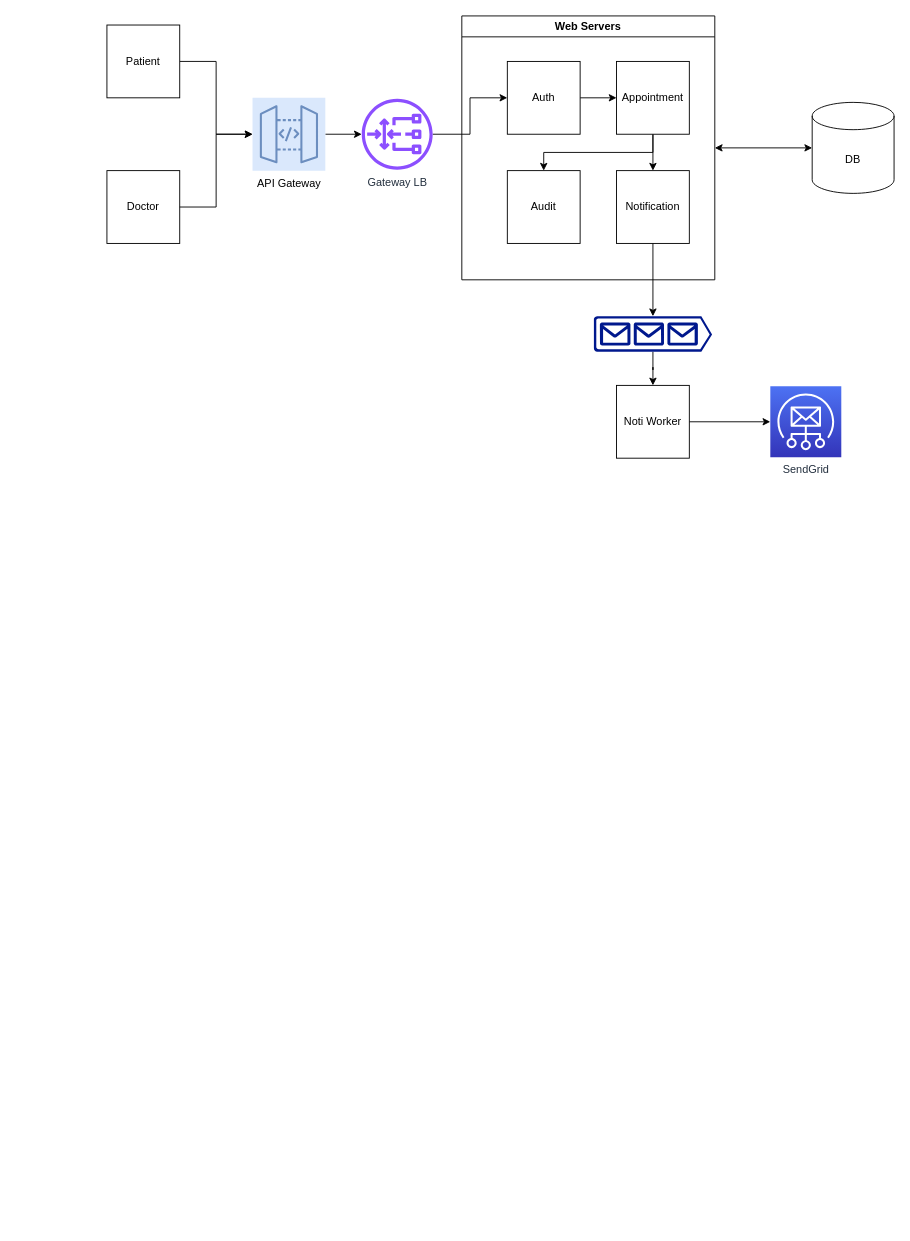
This is projects/clinic_appointment_system/Untitled Diagram.drawio from Nhinlee/system-design-practice, a draw.io file, before an edit. Source tidied: cells renumbered, new cells numbered last; positions are measured from the earlier drawing's top-left corner, leaving out a move shared by most shapes. Both pictures are drawn from the tidied source at 91%, with x=0, y=0 at pixel (106, 15).
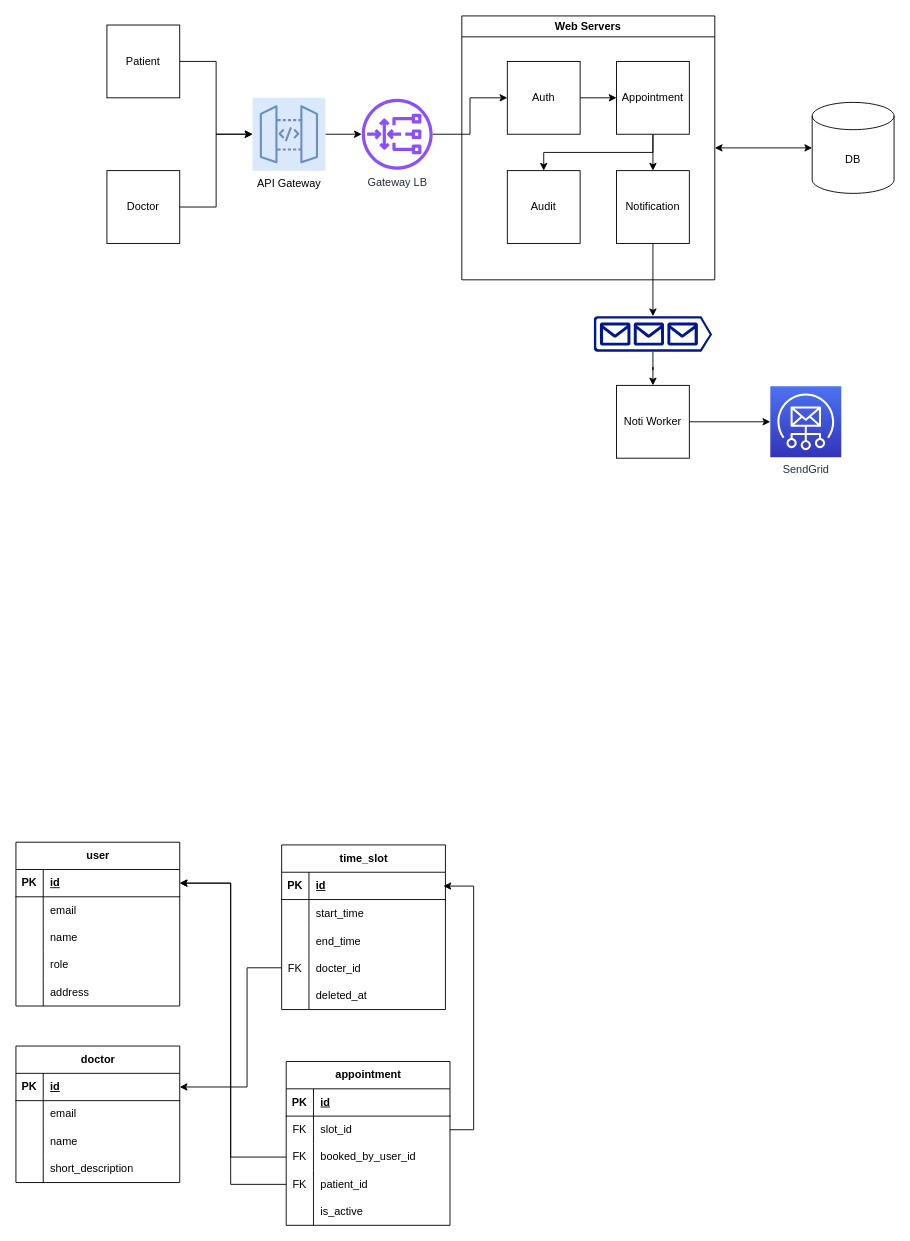
The same page after the edit.

The edit, as a diff of the source:
```diff
@@
+    <mxCell id="26" value="user" style="shape=table;startSize=30;childLayout=tableLayout;rowLines=0;fontStyle=1;align=center;html=1;" parent="1" vertex="1">
+      <mxGeometry x="-100" y="908" width="180" height="180" as="geometry" />
+    </mxCell>
+    <mxCell id="27" style="shape=tableRow;horizontal=0;startSize=0;swimlaneHead=0;swimlaneBody=0;fillColor=none;points=[[0,0.5],[1,0.5]];portConstraint=eastwest;top=0;left=0;right=0;bottom=1;" parent="26" vertex="1">
+      <mxGeometry y="30" width="180" height="30" as="geometry" />
+    </mxCell>
+    <mxCell id="28" value="PK" style="shape=partialRectangle;fillColor=none;top=0;left=0;bottom=0;right=0;fontStyle=1;overflow=hidden;whiteSpace=wrap;html=1;" parent="27" vertex="1">
+      <mxGeometry width="30" height="30" as="geometry" />
+    </mxCell>
+    <mxCell id="29" value="id" style="shape=partialRectangle;fillColor=none;top=0;left=0;bottom=0;right=0;align=left;spacingLeft=6;fontStyle=5;overflow=hidden;whiteSpace=wrap;html=1;" parent="27" vertex="1">
+      <mxGeometry x="30" width="150" height="30" as="geometry" />
+    </mxCell>
+    <mxCell id="30" style="shape=tableRow;horizontal=0;startSize=0;swimlaneHead=0;swimlaneBody=0;fillColor=none;top=0;left=0;right=0;bottom=0;" parent="26" vertex="1">
+      <mxGeometry y="60" width="180" height="30" as="geometry" />
+    </mxCell>
+    <mxCell id="31" style="shape=partialRectangle;fillColor=none;top=0;left=0;bottom=0;right=0;overflow=hidden;whiteSpace=wrap;html=1;" parent="30" vertex="1">
+      <mxGeometry width="30" height="30" as="geometry" />
+    </mxCell>
+    <mxCell id="32" value="email" style="shape=partialRectangle;fillColor=none;top=0;left=0;bottom=0;right=0;align=left;spacingLeft=6;overflow=hidden;whiteSpace=wrap;html=1;" parent="30" vertex="1">
+      <mxGeometry x="30" width="150" height="30" as="geometry" />
+    </mxCell>
+    <mxCell id="33" style="shape=tableRow;horizontal=0;startSize=0;swimlaneHead=0;swimlaneBody=0;fillColor=none;top=0;left=0;right=0;bottom=0;" parent="26" vertex="1">
+      <mxGeometry y="90" width="180" height="30" as="geometry" />
+    </mxCell>
+    <mxCell id="34" style="shape=partialRectangle;fillColor=none;top=0;left=0;bottom=0;right=0;overflow=hidden;whiteSpace=wrap;html=1;" parent="33" vertex="1">
+      <mxGeometry width="30" height="30" as="geometry" />
+    </mxCell>
+    <mxCell id="35" value="name" style="shape=partialRectangle;fillColor=none;top=0;left=0;bottom=0;right=0;align=left;spacingLeft=6;overflow=hidden;whiteSpace=wrap;html=1;" parent="33" vertex="1">
+      <mxGeometry x="30" width="150" height="30" as="geometry" />
+    </mxCell>
+    <mxCell id="36" style="shape=tableRow;horizontal=0;startSize=0;swimlaneHead=0;swimlaneBody=0;fillColor=none;top=0;left=0;right=0;bottom=0;" parent="26" vertex="1">
+      <mxGeometry y="120" width="180" height="30" as="geometry" />
+    </mxCell>
+    <mxCell id="37" style="shape=partialRectangle;fillColor=none;top=0;left=0;bottom=0;right=0;overflow=hidden;whiteSpace=wrap;html=1;" parent="36" vertex="1">
+      <mxGeometry width="30" height="30" as="geometry" />
+    </mxCell>
+    <mxCell id="38" value="role" style="shape=partialRectangle;fillColor=none;top=0;left=0;bottom=0;right=0;align=left;spacingLeft=6;overflow=hidden;whiteSpace=wrap;html=1;" parent="36" vertex="1">
+      <mxGeometry x="30" width="150" height="30" as="geometry" />
+    </mxCell>
+    <mxCell id="39" style="shape=tableRow;horizontal=0;startSize=0;swimlaneHead=0;swimlaneBody=0;fillColor=none;top=0;left=0;right=0;bottom=0;" parent="26" vertex="1">
+      <mxGeometry y="150" width="180" height="30" as="geometry" />
+    </mxCell>
+    <mxCell id="40" style="shape=partialRectangle;fillColor=none;top=0;left=0;bottom=0;right=0;overflow=hidden;whiteSpace=wrap;html=1;" parent="39" vertex="1">
+      <mxGeometry width="30" height="30" as="geometry" />
+    </mxCell>
+    <mxCell id="41" value="address" style="shape=partialRectangle;fillColor=none;top=0;left=0;bottom=0;right=0;align=left;spacingLeft=6;overflow=hidden;whiteSpace=wrap;html=1;" parent="39" vertex="1">
+      <mxGeometry x="30" width="150" height="30" as="geometry" />
+    </mxCell>
+    <mxCell id="42" value="time_slot" style="shape=table;startSize=30;childLayout=tableLayout;rowLines=0;fontStyle=1;align=center;html=1;" parent="1" vertex="1">
+      <mxGeometry x="192" y="911" width="180" height="180.9" as="geometry" />
+    </mxCell>
+    <mxCell id="43" style="shape=tableRow;horizontal=0;startSize=0;swimlaneHead=0;swimlaneBody=0;fillColor=none;points=[[0,0.5],[1,0.5]];portConstraint=eastwest;top=0;left=0;right=0;bottom=1;" parent="42" vertex="1">
+      <mxGeometry y="30" width="180" height="30" as="geometry" />
+    </mxCell>
+    <mxCell id="44" value="PK" style="shape=partialRectangle;fillColor=none;top=0;left=0;bottom=0;right=0;fontStyle=1;overflow=hidden;whiteSpace=wrap;html=1;" parent="43" vertex="1">
+      <mxGeometry width="30" height="30" as="geometry" />
+    </mxCell>
+    <mxCell id="45" value="id" style="shape=partialRectangle;fillColor=none;top=0;left=0;bottom=0;right=0;align=left;spacingLeft=6;fontStyle=5;overflow=hidden;whiteSpace=wrap;html=1;" parent="43" vertex="1">
+      <mxGeometry x="30" width="150" height="30" as="geometry" />
+    </mxCell>
+    <mxCell id="46" style="shape=tableRow;horizontal=0;startSize=0;swimlaneHead=0;swimlaneBody=0;fillColor=none;top=0;left=0;right=0;bottom=0;" parent="42" vertex="1">
+      <mxGeometry y="60" width="180" height="31" as="geometry" />
+    </mxCell>
+    <mxCell id="47" style="shape=partialRectangle;fillColor=none;top=0;left=0;bottom=0;right=0;overflow=hidden;whiteSpace=wrap;html=1;" parent="46" vertex="1">
+      <mxGeometry width="30" height="31" as="geometry" />
+    </mxCell>
+    <mxCell id="48" value="start_time" style="shape=partialRectangle;fillColor=none;top=0;left=0;bottom=0;right=0;align=left;spacingLeft=6;overflow=hidden;whiteSpace=wrap;html=1;" parent="46" vertex="1">
+      <mxGeometry x="30" width="150" height="31" as="geometry" />
+    </mxCell>
+    <mxCell id="49" style="shape=tableRow;horizontal=0;startSize=0;swimlaneHead=0;swimlaneBody=0;fillColor=none;top=0;left=0;right=0;bottom=0;" parent="42" vertex="1">
+      <mxGeometry y="91" width="180" height="30" as="geometry" />
+    </mxCell>
+    <mxCell id="50" style="shape=partialRectangle;fillColor=none;top=0;left=0;bottom=0;right=0;overflow=hidden;whiteSpace=wrap;html=1;" parent="49" vertex="1">
+      <mxGeometry width="30" height="30" as="geometry" />
+    </mxCell>
+    <mxCell id="51" value="end_time" style="shape=partialRectangle;fillColor=none;top=0;left=0;bottom=0;right=0;align=left;spacingLeft=6;overflow=hidden;whiteSpace=wrap;html=1;" parent="49" vertex="1">
+      <mxGeometry x="30" width="150" height="30" as="geometry" />
+    </mxCell>
+    <mxCell id="52" style="shape=tableRow;horizontal=0;startSize=0;swimlaneHead=0;swimlaneBody=0;fillColor=none;points=[[0,0.5],[1,0.5]];portConstraint=eastwest;top=0;left=0;right=0;bottom=0;" parent="42" vertex="1">
+      <mxGeometry y="121" width="180" height="30" as="geometry" />
+    </mxCell>
+    <mxCell id="53" value="FK" style="shape=partialRectangle;fillColor=none;top=0;left=0;bottom=0;right=0;overflow=hidden;whiteSpace=wrap;html=1;" parent="52" vertex="1">
+      <mxGeometry width="30" height="30" as="geometry" />
+    </mxCell>
+    <mxCell id="54" value="docter_id" style="shape=partialRectangle;fillColor=none;top=0;left=0;bottom=0;right=0;align=left;spacingLeft=6;overflow=hidden;whiteSpace=wrap;html=1;" parent="52" vertex="1">
+      <mxGeometry x="30" width="150" height="30" as="geometry" />
+    </mxCell>
+    <mxCell id="55" style="shape=tableRow;horizontal=0;startSize=0;swimlaneHead=0;swimlaneBody=0;fillColor=none;top=0;left=0;right=0;bottom=0;" parent="42" vertex="1">
+      <mxGeometry y="151" width="180" height="30" as="geometry" />
+    </mxCell>
+    <mxCell id="56" style="shape=partialRectangle;fillColor=none;top=0;left=0;bottom=0;right=0;overflow=hidden;whiteSpace=wrap;html=1;" parent="55" vertex="1">
+      <mxGeometry width="30" height="30" as="geometry" />
+    </mxCell>
+    <mxCell id="57" value="deleted_at" style="shape=partialRectangle;fillColor=none;top=0;left=0;bottom=0;right=0;align=left;spacingLeft=6;overflow=hidden;whiteSpace=wrap;html=1;" parent="55" vertex="1">
+      <mxGeometry x="30" width="150" height="30" as="geometry" />
+    </mxCell>
+    <mxCell id="58" value="appointment" style="shape=table;startSize=30;childLayout=tableLayout;rowLines=0;fontStyle=1;align=center;html=1;" parent="1" vertex="1">
+      <mxGeometry x="197" y="1149" width="180" height="180" as="geometry" />
+    </mxCell>
+    <mxCell id="59" style="shape=tableRow;horizontal=0;startSize=0;swimlaneHead=0;swimlaneBody=0;fillColor=none;top=0;left=0;right=0;bottom=1;" parent="58" vertex="1">
+      <mxGeometry y="30" width="180" height="30" as="geometry" />
+    </mxCell>
+    <mxCell id="60" value="PK" style="shape=partialRectangle;fillColor=none;top=0;left=0;bottom=0;right=0;fontStyle=1;overflow=hidden;whiteSpace=wrap;html=1;" parent="59" vertex="1">
+      <mxGeometry width="30" height="30" as="geometry" />
+    </mxCell>
+    <mxCell id="61" value="id" style="shape=partialRectangle;fillColor=none;top=0;left=0;bottom=0;right=0;align=left;spacingLeft=6;fontStyle=5;overflow=hidden;whiteSpace=wrap;html=1;" parent="59" vertex="1">
+      <mxGeometry x="30" width="150" height="30" as="geometry" />
+    </mxCell>
+    <mxCell id="62" style="shape=tableRow;horizontal=0;startSize=0;swimlaneHead=0;swimlaneBody=0;fillColor=none;points=[[0,0.5],[1,0.5]];portConstraint=eastwest;top=0;left=0;right=0;bottom=0;" parent="58" vertex="1">
+      <mxGeometry y="60" width="180" height="30" as="geometry" />
+    </mxCell>
+    <mxCell id="63" value="FK" style="shape=partialRectangle;fillColor=none;top=0;left=0;bottom=0;right=0;overflow=hidden;whiteSpace=wrap;html=1;" parent="62" vertex="1">
+      <mxGeometry width="30" height="30" as="geometry" />
+    </mxCell>
+    <mxCell id="64" value="slot_id" style="shape=partialRectangle;fillColor=none;top=0;left=0;bottom=0;right=0;align=left;spacingLeft=6;overflow=hidden;whiteSpace=wrap;html=1;" parent="62" vertex="1">
+      <mxGeometry x="30" width="150" height="30" as="geometry" />
+    </mxCell>
+    <mxCell id="65" style="shape=tableRow;horizontal=0;startSize=0;swimlaneHead=0;swimlaneBody=0;fillColor=none;points=[[0,0.5],[1,0.5]];portConstraint=eastwest;top=0;left=0;right=0;bottom=0;" parent="58" vertex="1">
+      <mxGeometry y="90" width="180" height="30" as="geometry" />
+    </mxCell>
+    <mxCell id="66" value="FK" style="shape=partialRectangle;fillColor=none;top=0;left=0;bottom=0;right=0;overflow=hidden;whiteSpace=wrap;html=1;" parent="65" vertex="1">
+      <mxGeometry width="30" height="30" as="geometry" />
+    </mxCell>
+    <mxCell id="67" value="booked_by_user_id" style="shape=partialRectangle;fillColor=none;top=0;left=0;bottom=0;right=0;align=left;spacingLeft=6;overflow=hidden;whiteSpace=wrap;html=1;" parent="65" vertex="1">
+      <mxGeometry x="30" width="150" height="30" as="geometry" />
+    </mxCell>
+    <mxCell id="68" style="shape=tableRow;horizontal=0;startSize=0;swimlaneHead=0;swimlaneBody=0;fillColor=none;points=[[0,0.5],[1,0.5]];portConstraint=eastwest;top=0;left=0;right=0;bottom=0;" parent="58" vertex="1">
+      <mxGeometry y="120" width="180" height="30" as="geometry" />
+    </mxCell>
+    <mxCell id="69" value="FK" style="shape=partialRectangle;fillColor=none;top=0;left=0;bottom=0;right=0;overflow=hidden;whiteSpace=wrap;html=1;" parent="68" vertex="1">
+      <mxGeometry width="30" height="30" as="geometry" />
+    </mxCell>
+    <mxCell id="70" value="patient_id" style="shape=partialRectangle;fillColor=none;top=0;left=0;bottom=0;right=0;align=left;spacingLeft=6;overflow=hidden;whiteSpace=wrap;html=1;" parent="68" vertex="1">
+      <mxGeometry x="30" width="150" height="30" as="geometry" />
+    </mxCell>
+    <mxCell id="71" style="shape=tableRow;horizontal=0;startSize=0;swimlaneHead=0;swimlaneBody=0;fillColor=none;top=0;left=0;right=0;bottom=0;" parent="58" vertex="1">
+      <mxGeometry y="150" width="180" height="30" as="geometry" />
+    </mxCell>
+    <mxCell id="72" style="shape=partialRectangle;fillColor=none;top=0;left=0;bottom=0;right=0;overflow=hidden;whiteSpace=wrap;html=1;" parent="71" vertex="1">
+      <mxGeometry width="30" height="30" as="geometry" />
+    </mxCell>
+    <mxCell id="73" value="is_active" style="shape=partialRectangle;fillColor=none;top=0;left=0;bottom=0;right=0;align=left;spacingLeft=6;overflow=hidden;whiteSpace=wrap;html=1;" parent="71" vertex="1">
+      <mxGeometry x="30" width="150" height="30" as="geometry" />
+    </mxCell>
+    <mxCell id="74" style="edgeStyle=orthogonalEdgeStyle;rounded=0;jettySize=auto;html=1;entryX=1;entryY=0.5;entryDx=0;entryDy=0;" parent="1" edge="1" source="68" target="27">
+      <mxGeometry relative="1" as="geometry">
+        <Array as="points">
+          <mxPoint x="136" y="1284" />
+          <mxPoint x="136" y="953" />
+        </Array>
+      </mxGeometry>
+    </mxCell>
+    <mxCell id="75" style="edgeStyle=orthogonalEdgeStyle;rounded=0;jettySize=auto;html=1;entryX=1;entryY=0.5;entryDx=0;entryDy=0;" parent="1" edge="1" source="65" target="27">
+      <mxGeometry relative="1" as="geometry">
+        <Array as="points">
+          <mxPoint x="136" y="1254" />
+          <mxPoint x="136" y="953" />
+        </Array>
+      </mxGeometry>
+    </mxCell>
+    <mxCell id="76" style="edgeStyle=orthogonalEdgeStyle;rounded=0;jettySize=auto;html=1;entryX=0.988;entryY=0.507;entryDx=0;entryDy=0;entryPerimeter=0;" parent="1" edge="1" source="62" target="43">
+      <mxGeometry relative="1" as="geometry">
+        <Array as="points">
+          <mxPoint x="403" y="1224" />
+          <mxPoint x="403" y="956" />
+        </Array>
+      </mxGeometry>
+    </mxCell>
+    <mxCell id="77" value="doctor" style="shape=table;startSize=30;childLayout=tableLayout;rowLines=0;fontStyle=1;align=center;html=1;" parent="1" vertex="1">
+      <mxGeometry x="-100" y="1132" width="180" height="150" as="geometry" />
+    </mxCell>
+    <mxCell id="78" style="shape=tableRow;horizontal=0;startSize=0;swimlaneHead=0;swimlaneBody=0;fillColor=none;points=[[0,0.5],[1,0.5]];portConstraint=eastwest;top=0;left=0;right=0;bottom=1;" parent="77" vertex="1">
+      <mxGeometry y="30" width="180" height="30" as="geometry" />
+    </mxCell>
+    <mxCell id="79" value="PK" style="shape=partialRectangle;fillColor=none;top=0;left=0;bottom=0;right=0;fontStyle=1;overflow=hidden;whiteSpace=wrap;html=1;" parent="78" vertex="1">
+      <mxGeometry width="30" height="30" as="geometry" />
+    </mxCell>
+    <mxCell id="80" value="id" style="shape=partialRectangle;fillColor=none;top=0;left=0;bottom=0;right=0;align=left;spacingLeft=6;fontStyle=5;overflow=hidden;whiteSpace=wrap;html=1;" parent="78" vertex="1">
+      <mxGeometry x="30" width="150" height="30" as="geometry" />
+    </mxCell>
+    <mxCell id="81" style="shape=tableRow;horizontal=0;startSize=0;swimlaneHead=0;swimlaneBody=0;fillColor=none;top=0;left=0;right=0;bottom=0;" parent="77" vertex="1">
+      <mxGeometry y="60" width="180" height="30" as="geometry" />
+    </mxCell>
+    <mxCell id="82" style="shape=partialRectangle;fillColor=none;top=0;left=0;bottom=0;right=0;overflow=hidden;whiteSpace=wrap;html=1;" parent="81" vertex="1">
+      <mxGeometry width="30" height="30" as="geometry" />
+    </mxCell>
+    <mxCell id="83" value="email" style="shape=partialRectangle;fillColor=none;top=0;left=0;bottom=0;right=0;align=left;spacingLeft=6;overflow=hidden;whiteSpace=wrap;html=1;" parent="81" vertex="1">
+      <mxGeometry x="30" width="150" height="30" as="geometry" />
+    </mxCell>
+    <mxCell id="84" style="shape=tableRow;horizontal=0;startSize=0;swimlaneHead=0;swimlaneBody=0;fillColor=none;top=0;left=0;right=0;bottom=0;" parent="77" vertex="1">
+      <mxGeometry y="90" width="180" height="30" as="geometry" />
+    </mxCell>
+    <mxCell id="85" style="shape=partialRectangle;fillColor=none;top=0;left=0;bottom=0;right=0;overflow=hidden;whiteSpace=wrap;html=1;" parent="84" vertex="1">
+      <mxGeometry width="30" height="30" as="geometry" />
+    </mxCell>
+    <mxCell id="86" value="name" style="shape=partialRectangle;fillColor=none;top=0;left=0;bottom=0;right=0;align=left;spacingLeft=6;overflow=hidden;whiteSpace=wrap;html=1;" parent="84" vertex="1">
+      <mxGeometry x="30" width="150" height="30" as="geometry" />
+    </mxCell>
+    <mxCell id="87" style="shape=tableRow;horizontal=0;startSize=0;swimlaneHead=0;swimlaneBody=0;fillColor=none;top=0;left=0;right=0;bottom=0;" parent="77" vertex="1">
+      <mxGeometry y="120" width="180" height="30" as="geometry" />
+    </mxCell>
+    <mxCell id="88" style="shape=partialRectangle;fillColor=none;top=0;left=0;bottom=0;right=0;overflow=hidden;whiteSpace=wrap;html=1;" parent="87" vertex="1">
+      <mxGeometry width="30" height="30" as="geometry" />
+    </mxCell>
+    <mxCell id="89" value="short_description" style="shape=partialRectangle;fillColor=none;top=0;left=0;bottom=0;right=0;align=left;spacingLeft=6;overflow=hidden;whiteSpace=wrap;html=1;" parent="87" vertex="1">
+      <mxGeometry x="30" width="150" height="30" as="geometry" />
+    </mxCell>
+    <mxCell id="90" style="edgeStyle=orthogonalEdgeStyle;rounded=0;jettySize=auto;html=1;" parent="1" edge="1" source="52" target="78">
+      <mxGeometry relative="1" as="geometry">
+        <Array as="points">
+          <mxPoint x="154" y="1046" />
+          <mxPoint x="154" y="1177" />
+        </Array>
+      </mxGeometry>
+    </mxCell>
```
